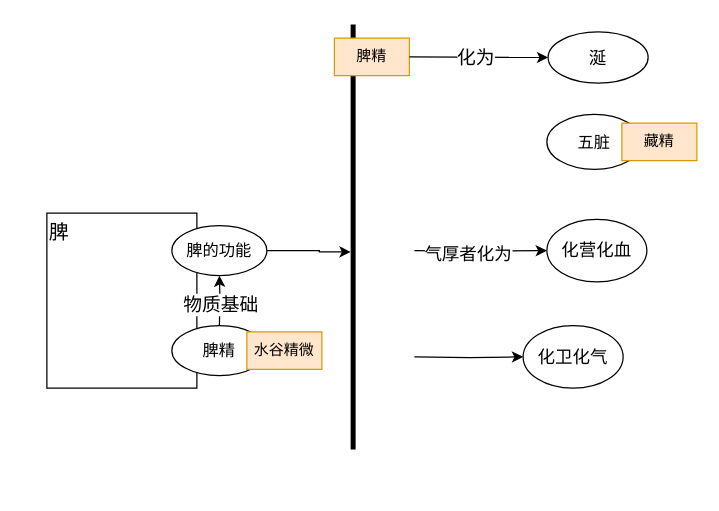
This is 医门推敲叁/中医藏象学说/藏像学说之脾/脾精、脾气、脾阴、脾阳/脾精.drawio from 328507133/chart, a draw.io file, before an edit. Source tidied: cells renumbered, new cells numbered last; positions are measured from the earlier drawing's top-left corner, leaving out a move shared by most shapes. Both pictures are drawn from the tidied source at 125%, with x=0, y=0 at pixel (21, 24).
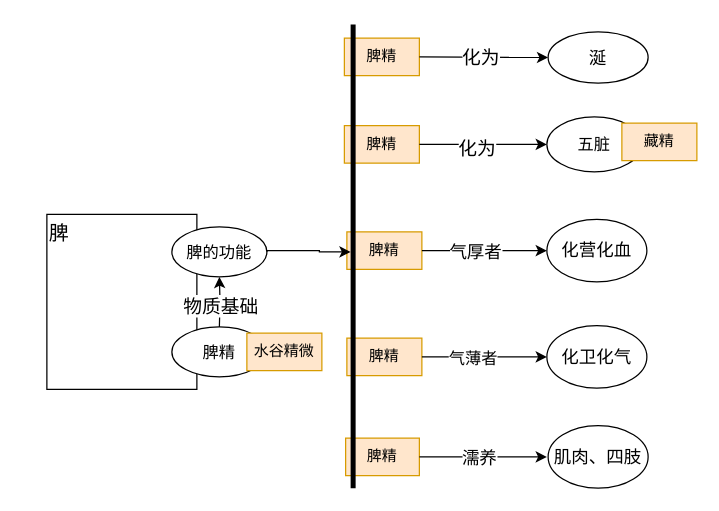
After the change.

Unchanged cells that the change refers to:
```xml
<mxCell id="17" value="化营化血" style="ellipse;whiteSpace=wrap;html=1;fontSize=14;" parent="1" vertex="1">
  <mxGeometry x="420" y="156" width="80" height="50" as="geometry" />
</mxCell>
```

Change to the diagram source:
```diff
@@
+    <mxCell id="24" value="脾精" style="text;html=1;strokeColor=#d79b00;fillColor=#ffe6cc;align=center;verticalAlign=middle;whiteSpace=wrap;rounded=0;" parent="1" vertex="1">
+      <mxGeometry x="259" y="331" width="59" height="30" as="geometry" />
+    </mxCell>
+    <mxCell id="25" value="脾精" style="text;html=1;strokeColor=#d79b00;fillColor=#ffe6cc;align=center;verticalAlign=middle;whiteSpace=wrap;rounded=0;" parent="1" vertex="1">
+      <mxGeometry x="260" y="251" width="60" height="30" as="geometry" />
+    </mxCell>
+    <mxCell id="21" value="脾精" style="text;html=1;strokeColor=#d79b00;fillColor=#ffe6cc;align=center;verticalAlign=middle;whiteSpace=wrap;rounded=0;" parent="1" vertex="1">
+      <mxGeometry x="258" y="11" width="60" height="30" as="geometry" />
+    </mxCell>
+    <mxCell id="26" value="脾精" style="text;html=1;strokeColor=#d79b00;fillColor=#ffe6cc;align=center;verticalAlign=middle;whiteSpace=wrap;rounded=0;" parent="1" vertex="1">
+      <mxGeometry x="258" y="81" width="60" height="30" as="geometry" />
+    </mxCell>
+    <mxCell id="27" value="脾精" style="text;html=1;strokeColor=#d79b00;fillColor=#ffe6cc;align=center;verticalAlign=middle;whiteSpace=wrap;rounded=0;" parent="1" vertex="1">
+      <mxGeometry x="260" y="166" width="60" height="30" as="geometry" />
+    </mxCell>
     <mxCell id="2" style="rounded=0;whiteSpace=wrap;html=1;" parent="1" vertex="1">
-      <mxGeometry x="20" y="151" width="120" height="140" as="geometry" />
+      <mxGeometry x="20" y="152" width="120" height="140" as="geometry" />
     </mxCell>
     <mxCell id="3" value="脾" style="text;html=1;strokeColor=none;fillColor=none;align=center;verticalAlign=middle;whiteSpace=wrap;rounded=0;fontSize=16;" parent="1" vertex="1">
-      <mxGeometry y="151" width="60" height="30" as="geometry" />
+      <mxGeometry y="152" width="60" height="30" as="geometry" />
     </mxCell>
     <mxCell id="4" style="edgeStyle=orthogonalEdgeStyle;rounded=0;jettySize=auto;html=1;exitX=0.5;exitY=0;exitDx=0;exitDy=0;entryX=0.5;entryY=1;entryDx=0;entryDy=0;" parent="1" edge="1" target="11">
       <mxGeometry relative="1" as="geometry">
-        <mxPoint x="158" y="241" as="sourcePoint" />
+        <mxPoint x="158" y="242" as="sourcePoint" />
       </mxGeometry>
     </mxCell>
@@
     <mxCell id="6" style="group;" parent="1" vertex="1">
-      <mxGeometry x="120" y="241" width="120" height="40" as="geometry" />
+      <mxGeometry x="120" y="242" width="120" height="40" as="geometry" />
     </mxCell>
@@
     <mxCell id="11" value="脾的功能" style="ellipse;whiteSpace=wrap;html=1;fontSize=13;" parent="1" vertex="1">
-      <mxGeometry x="120" y="161" width="76" height="40" as="geometry" />
+      <mxGeometry x="120" y="162" width="76" height="40" as="geometry" />
     </mxCell>
-    <mxCell id="12" style="edgeStyle=orthogonalEdgeStyle;rounded=0;jettySize=auto;html=1;exitX=1;exitY=0.5;exitDx=0;exitDy=0;" parent="1" edge="1" target="17">
-      <mxGeometry relative="1" as="geometry">
-        <mxPoint x="314" y="181" as="sourcePoint" />
-      </mxGeometry>
-    </mxCell>
-    <mxCell id="13" value="气厚者化为" style="edgeLabel;html=1;align=center;verticalAlign=middle;fontSize=14;" parent="12" vertex="1">
-      <mxGeometry x="-0.19" y="-2" relative="1" as="geometry" />
-    </mxCell>
-    <mxCell id="14" style="edgeStyle=orthogonalEdgeStyle;rounded=0;jettySize=auto;html=1;exitX=1;exitY=0.75;exitDx=0;exitDy=0;" parent="1" edge="1" target="18">
-      <mxGeometry relative="1" as="geometry">
-        <mxPoint x="314" y="266" as="sourcePoint" />
-      </mxGeometry>
-    </mxCell>
     <mxCell id="15" value="五脏" style="ellipse;whiteSpace=wrap;html=1;fontSize=13;" parent="1" vertex="1">
-      <mxGeometry x="420" y="72" width="76" height="44" as="geometry" />
+      <mxGeometry x="420" y="74" width="76" height="44" as="geometry" />
     </mxCell>
@@
     <mxCell id="18" value="化卫化气" style="ellipse;whiteSpace=wrap;html=1;fontSize=14;" parent="1" vertex="1">
-      <mxGeometry x="401" y="241" width="80" height="50" as="geometry" />
+      <mxGeometry x="420" y="241" width="80" height="50" as="geometry" />
     </mxCell>
@@
     <mxCell id="20" style="line;strokeWidth=4;direction=south;html=1;perimeter=backbonePerimeter;points=[];outlineConnect=0;" parent="1" vertex="1">
-      <mxGeometry x="260" width="10" height="340" as="geometry" />
+      <mxGeometry x="260" width="10" height="371" as="geometry" />
     </mxCell>
-    <mxCell id="21" value="脾精" style="text;html=1;strokeColor=#d79b00;fillColor=#ffe6cc;align=center;verticalAlign=middle;whiteSpace=wrap;rounded=0;" parent="1" vertex="1">
-      <mxGeometry x="250" y="11" width="60" height="30" as="geometry" />
-    </mxCell>
@@
+    <mxCell id="28" style="edgeStyle=orthogonalEdgeStyle;rounded=0;jettySize=auto;html=1;exitX=1;exitY=0.5;exitDx=0;exitDy=0;entryX=0;entryY=0.5;entryDx=0;entryDy=0;" parent="1" edge="1" source="26" target="15">
+      <mxGeometry relative="1" as="geometry" />
+    </mxCell>
+    <mxCell id="29" value="化为" style="edgeLabel;html=1;align=center;verticalAlign=middle;fontSize=15;" parent="28" vertex="1">
+      <mxGeometry x="-0.12" y="-2" relative="1" as="geometry" />
+    </mxCell>
+    <mxCell id="30" style="edgeStyle=orthogonalEdgeStyle;rounded=0;jettySize=auto;html=1;exitX=1;exitY=0.5;exitDx=0;exitDy=0;entryX=0;entryY=0.5;entryDx=0;entryDy=0;" parent="1" edge="1" source="27" target="17">
+      <mxGeometry relative="1" as="geometry" />
+    </mxCell>
+    <mxCell id="31" value="气厚者" style="edgeLabel;html=1;align=center;verticalAlign=middle;fontSize=14;" parent="30" vertex="1">
+      <mxGeometry x="-0.16" relative="1" as="geometry" />
+    </mxCell>
+    <mxCell id="32" style="edgeStyle=orthogonalEdgeStyle;rounded=0;jettySize=auto;html=1;exitX=1;exitY=0.5;exitDx=0;exitDy=0;" parent="1" edge="1" source="25" target="18">
+      <mxGeometry relative="1" as="geometry" />
+    </mxCell>
+    <mxCell id="33" value="气薄者" style="edgeLabel;html=1;align=center;verticalAlign=middle;fontSize=13;" parent="32" vertex="1">
+      <mxGeometry x="-0.34" relative="1" as="geometry">
+        <mxPoint x="7" as="offset" />
+      </mxGeometry>
+    </mxCell>
+    <mxCell id="34" value="肌肉、四肢" style="ellipse;whiteSpace=wrap;html=1;fontSize=14;" parent="1" vertex="1">
+      <mxGeometry x="421" y="321" width="80" height="50" as="geometry" />
+    </mxCell>
+    <mxCell id="35" style="edgeStyle=orthogonalEdgeStyle;rounded=0;jettySize=auto;html=1;exitX=1;exitY=0.5;exitDx=0;exitDy=0;" parent="1" edge="1" source="24">
+      <mxGeometry relative="1" as="geometry">
+        <mxPoint x="420" y="346" as="targetPoint" />
+      </mxGeometry>
+    </mxCell>
+    <mxCell id="36" value="濡养" style="edgeLabel;html=1;align=center;verticalAlign=middle;fontSize=14;" parent="35" vertex="1">
+      <mxGeometry x="-0.09" relative="1" as="geometry" />
+    </mxCell>
```
